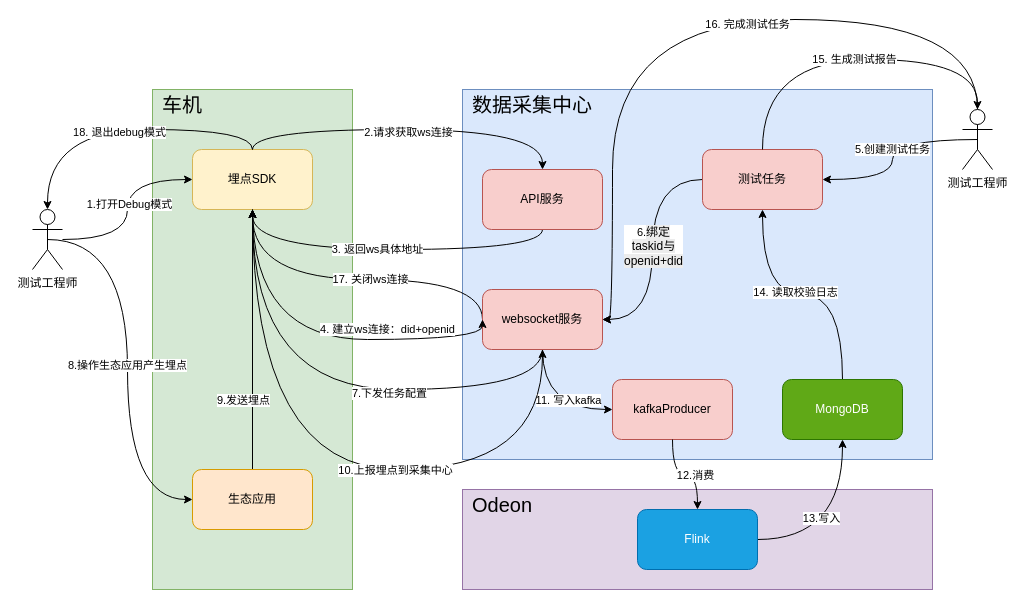
Above: 新版测试方案-端云交互图.drawio in shaozc3g/draw_io (draw.io), before the change. Source tidied: cells renumbered, new cells numbered last; positions are measured from the earlier drawing's top-left corner, leaving out a move shared by most shapes. Both pictures are drawn from the tidied source at 100%, with x=0, y=0 at pixel (32, 19).
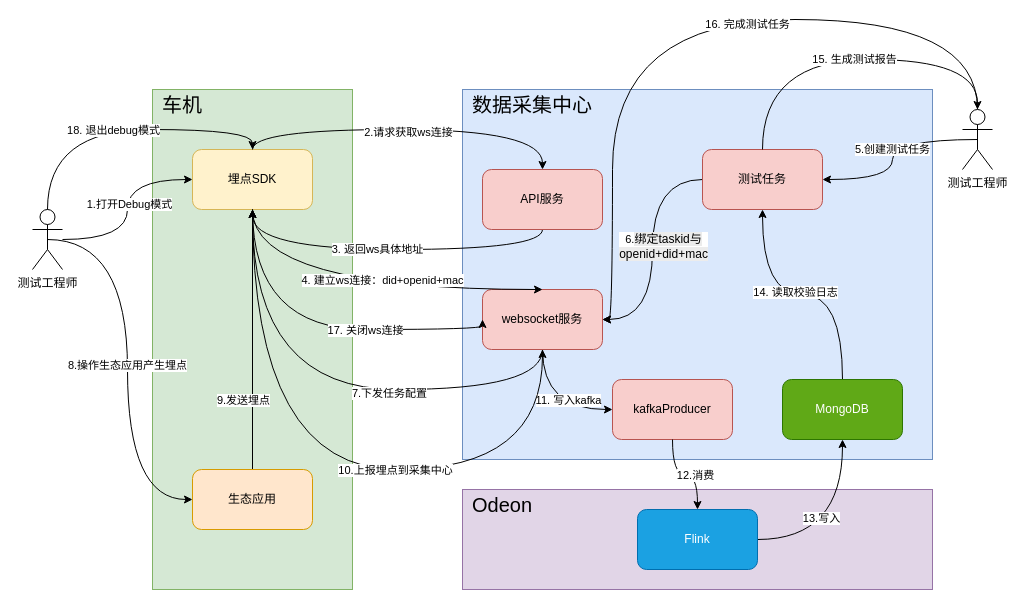
Above is the later version.

Commit message:
更新新版测试方案-端云交互图.drawio

Unchanged cells that the change refers to:
```xml
<mxCell id="2" value="测试工程师" style="shape=umlActor;verticalLabelPosition=bottom;verticalAlign=top;html=1;outlineConnect=0;" parent="1" vertex="1">
  <mxGeometry y="190" width="30" height="60" as="geometry" />
</mxCell>
<mxCell id="4" value="埋点SDK" style="rounded=1;whiteSpace=wrap;html=1;fillColor=#fff2cc;strokeColor=#d6b656;" parent="1" vertex="1">
  <mxGeometry x="160" y="130" width="120" height="60" as="geometry" />
</mxCell>
<mxCell id="21" value="websocket服务" style="rounded=1;whiteSpace=wrap;html=1;fillColor=#f8cecc;strokeColor=#b85450;" parent="1" vertex="1">
  <mxGeometry x="450" y="270" width="120" height="60" as="geometry" />
</mxCell>
<mxCell id="29" style="edgeStyle=orthogonalEdgeStyle;rounded=0;jettySize=auto;html=1;entryX=1;entryY=0.5;entryDx=0;entryDy=0;curved=1;" parent="1" edge="1" source="31" target="21">
  <mxGeometry relative="1" as="geometry" />
</mxCell>
```

What changed in the source:
```diff
@@
-    <mxCell id="19" style="edgeStyle=orthogonalEdgeStyle;rounded=0;jettySize=auto;html=1;exitX=0;exitY=0.5;exitDx=0;exitDy=0;entryX=0.5;entryY=1;entryDx=0;entryDy=0;curved=1;" parent="1" edge="1" source="21" target="4">
-      <mxGeometry relative="1" as="geometry">
-        <Array as="points">
-          <mxPoint x="450" y="260" />
-          <mxPoint x="220" y="260" />
-        </Array>
-      </mxGeometry>
-    </mxCell>
-    <mxCell id="20" value="17. 关闭ws连接" style="edgeLabel;html=1;align=center;verticalAlign=middle;" parent="19" vertex="1">
-      <mxGeometry x="-0.1" y="-1" relative="1" as="geometry" />
-    </mxCell>
@@
-    <mxCell id="22" style="edgeStyle=orthogonalEdgeStyle;rounded=0;jettySize=auto;html=1;entryX=0;entryY=0.5;entryDx=0;entryDy=0;curved=1;exitX=0.5;exitY=1;exitDx=0;exitDy=0;" parent="1" edge="1" source="4" target="21">
-      <mxGeometry relative="1" as="geometry">
-        <Array as="points">
-          <mxPoint x="220" y="320" />
-          <mxPoint x="450" y="320" />
-        </Array>
-      </mxGeometry>
-    </mxCell>
-    <mxCell id="23" value="4. 建立ws连接：did+openid" style="edgeLabel;html=1;align=center;verticalAlign=middle;" parent="22" vertex="1">
-      <mxGeometry x="0.39" y="11" relative="1" as="geometry" />
-    </mxCell>
@@
-    <mxCell id="30" value="6.&lt;span style=&quot;font-size: 12px; text-wrap-mode: wrap; background-color: rgb(236, 236, 236);&quot;&gt;绑定taskid与openid+did&lt;/span&gt;" style="edgeLabel;html=1;align=center;verticalAlign=middle;" parent="29" vertex="1">
-      <mxGeometry x="-0.03" relative="1" as="geometry" />
+    <mxCell id="30" value="6.&lt;span style=&quot;font-size: 12px; text-wrap-mode: wrap; background-color: rgb(236, 236, 236);&quot;&gt;绑定taskid与openid+did+mac&lt;/span&gt;" style="edgeLabel;html=1;align=center;verticalAlign=middle;" parent="29" vertex="1">
+      <mxGeometry x="-0.03" relative="1" as="geometry">
+        <mxPoint x="10" as="offset" />
+      </mxGeometry>
     </mxCell>
@@
-    <mxCell id="52" style="edgeStyle=orthogonalEdgeStyle;rounded=0;jettySize=auto;html=1;exitX=0.5;exitY=0;exitDx=0;exitDy=0;entryX=0.5;entryY=0;entryDx=0;entryDy=0;entryPerimeter=0;curved=1;" parent="1" edge="1" source="4" target="2">
-      <mxGeometry relative="1" as="geometry" />
-    </mxCell>
+    <mxCell id="22" style="edgeStyle=orthogonalEdgeStyle;rounded=0;jettySize=auto;html=1;exitX=0.5;exitY=1;exitDx=0;exitDy=0;entryX=0;entryY=0.5;entryDx=0;entryDy=0;curved=1;" parent="1" edge="1" source="4" target="21">
+      <mxGeometry relative="1" as="geometry">
+        <Array as="points">
+          <mxPoint x="220" y="310" />
+          <mxPoint x="450" y="310" />
+        </Array>
+      </mxGeometry>
+    </mxCell>
+    <mxCell id="20" value="17. 关闭ws连接" style="edgeLabel;html=1;align=center;verticalAlign=middle;" parent="22" vertex="1">
+      <mxGeometry x="0.17" y="18" relative="1" as="geometry">
+        <mxPoint x="21" y="18" as="offset" />
+      </mxGeometry>
+    </mxCell>
+    <mxCell id="54" style="edgeStyle=orthogonalEdgeStyle;rounded=0;jettySize=auto;html=1;entryX=0.5;entryY=0;entryDx=0;entryDy=0;curved=1;" parent="1" edge="1" source="2" target="4">
+      <mxGeometry relative="1" as="geometry">
+        <Array as="points">
+          <mxPoint x="15" y="110" />
+          <mxPoint x="220" y="110" />
+        </Array>
+      </mxGeometry>
+    </mxCell>
-    <mxCell id="53" value="18. 退出debug模式" style="edgeLabel;html=1;align=center;verticalAlign=middle;" parent="52" vertex="1">
-      <mxGeometry x="0.01" y="2" relative="1" as="geometry" />
+    <mxCell id="53" value="18. 退出debug模式" style="edgeLabel;html=1;align=center;verticalAlign=middle;" parent="54" vertex="1">
+      <mxGeometry x="-0.1" y="-5" relative="1" as="geometry">
+        <mxPoint x="8" y="-5" as="offset" />
+      </mxGeometry>
     </mxCell>
+    <mxCell id="55" style="edgeStyle=orthogonalEdgeStyle;rounded=0;jettySize=auto;html=1;exitX=0.5;exitY=1;exitDx=0;exitDy=0;curved=1;" parent="1" edge="1" source="4">
+      <mxGeometry relative="1" as="geometry">
+        <mxPoint x="510" y="270" as="targetPoint" />
+        <Array as="points">
+          <mxPoint x="220" y="270" />
+        </Array>
+      </mxGeometry>
+    </mxCell>
+    <mxCell id="56" value="4. 建立ws连接：did+openid+mac" style="edgeLabel;html=1;align=center;verticalAlign=middle;" parent="55" vertex="1">
+      <mxGeometry x="0.03" y="10" relative="1" as="geometry">
+        <mxPoint x="18" as="offset" />
+      </mxGeometry>
+    </mxCell>
```
